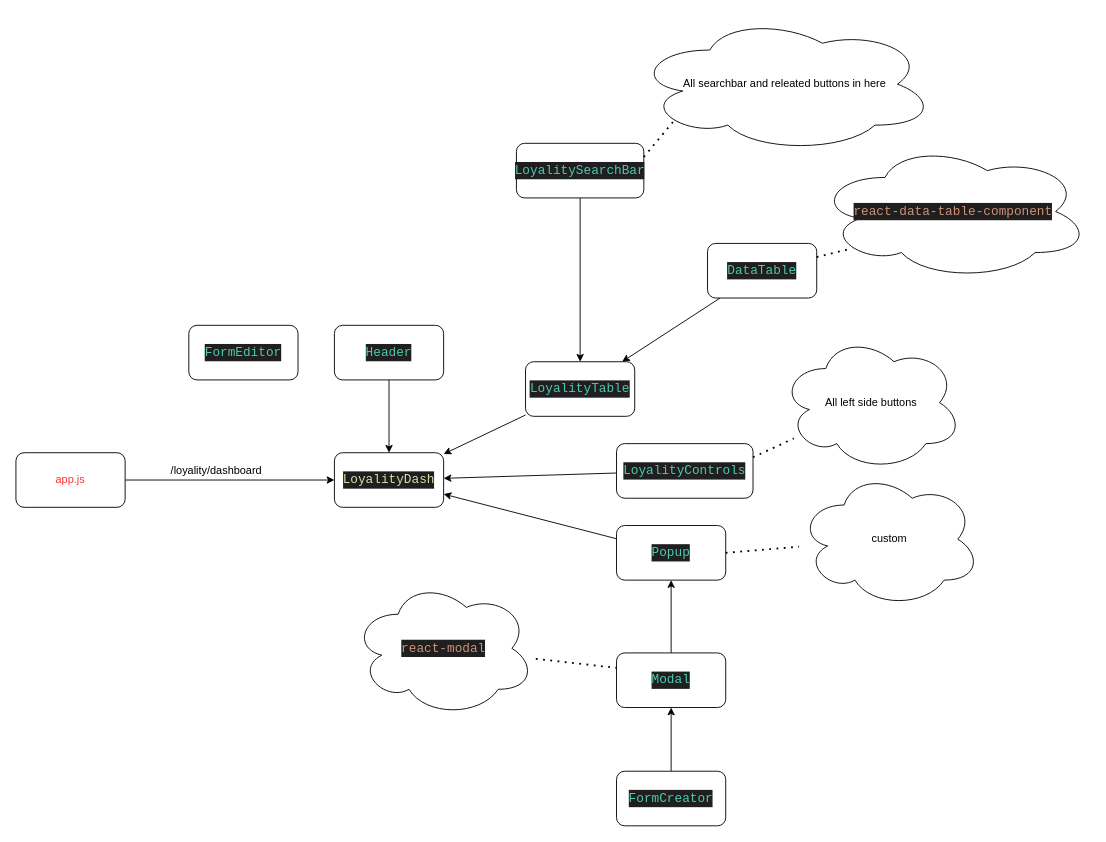
Earlier version of the draw.io diagram frontend/src/screens/loyality-component-hierachy.drawio (nxdun/Movie-theatre-management-system). Source tidied: cells renumbered, new cells numbered last; positions are measured from the earlier drawing's top-left corner, leaving out a move shared by most shapes. Both pictures are drawn from the tidied source at 91%, with x=0, y=0 at pixel (15, 15).
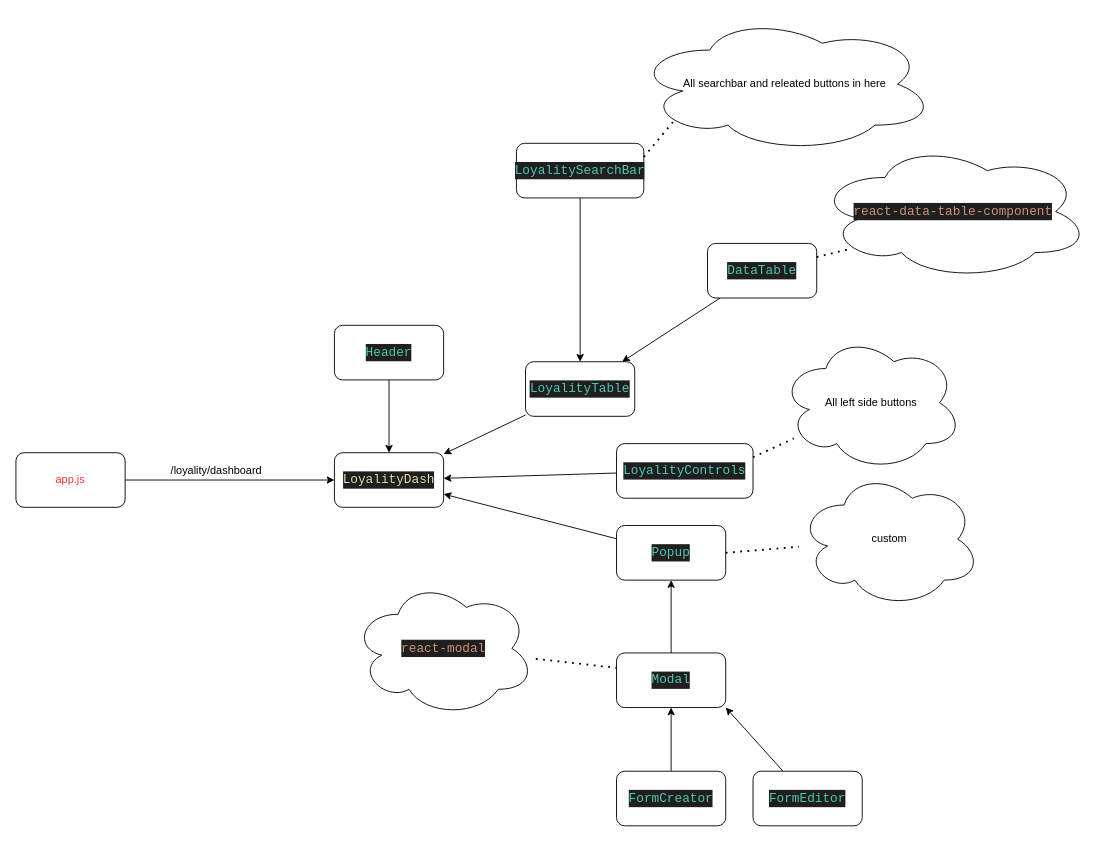
Above is the later version.

Unchanged cells that the change refers to:
```xml
<mxCell id="30" value="&lt;div style=&quot;color: rgb(204, 204, 204); background-color: rgb(31, 31, 31); font-family: Consolas, &amp;quot;Courier New&amp;quot;, monospace; font-size: 14px; line-height: 19px;&quot;&gt;&lt;div style=&quot;line-height: 19px;&quot;&gt;&lt;span style=&quot;color: #4ec9b0;&quot;&gt;Modal&lt;/span&gt;&lt;/div&gt;&lt;/div&gt;" style="whiteSpace=wrap;html=1;rounded=1;" parent="1" vertex="1">
  <mxGeometry x="660" y="700" width="120" height="60" as="geometry" />
</mxCell>
```

What changed in the source:
```diff
@@
+    <mxCell id="36" style="edgeStyle=none;html=1;entryX=1;entryY=1;entryDx=0;entryDy=0;" parent="1" edge="1" source="35" target="30">
+      <mxGeometry relative="1" as="geometry" />
+    </mxCell>
     <mxCell id="35" value="&lt;div style=&quot;color: rgb(204, 204, 204); background-color: rgb(31, 31, 31); font-family: Consolas, &amp;quot;Courier New&amp;quot;, monospace; font-size: 14px; line-height: 19px;&quot;&gt;&lt;span style=&quot;color: #4ec9b0;&quot;&gt;FormEditor&lt;/span&gt;&lt;/div&gt;" style="whiteSpace=wrap;html=1;rounded=1;" parent="1" vertex="1">
-      <mxGeometry x="190" y="340" width="120" height="60" as="geometry" />
+      <mxGeometry x="810" y="830" width="120" height="60" as="geometry" />
     </mxCell>
```
